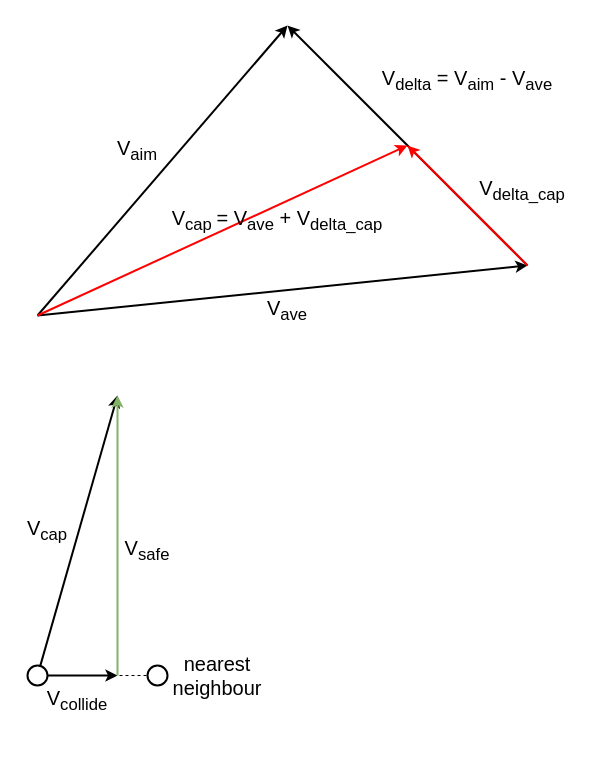
NGC0001/AutoSwarm keeps this draw.io diagram as rsc/collision_avoidance.drawio. Above is the earlier version. Source tidied: cells renumbered, new cells numbered last; positions are measured from the earlier drawing's top-left corner, leaving out a move shared by most shapes. Both pictures are drawn from the tidied source at 100%, with x=0, y=0 at pixel (17, 25).
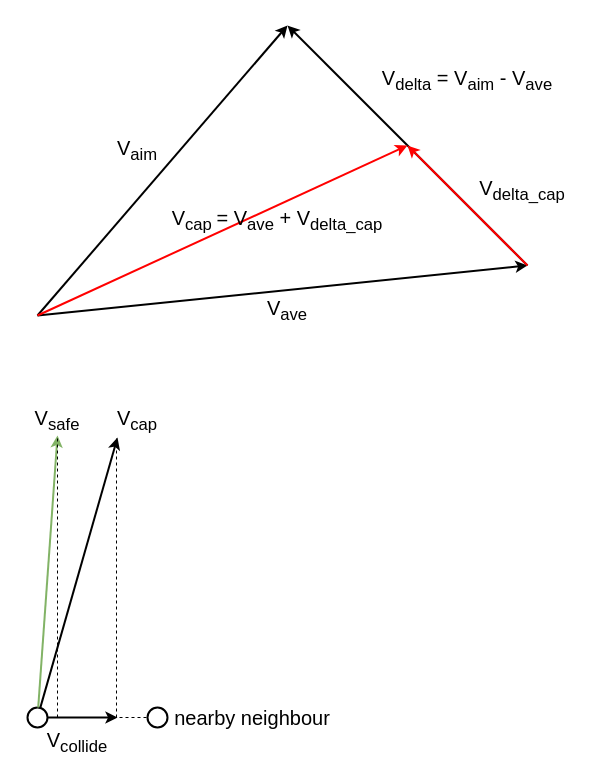
The same page after the edit.

Commit message (it also covers changes not shown here):
modify collision avoidance illustration diagram

What changed in the source:
```diff
@@
     <mxCell id="13" style="ellipse;whiteSpace=wrap;html=1;fontSize=20;strokeWidth=2;" parent="1" vertex="1">
-      <mxGeometry x="10" y="640" width="20" height="20" as="geometry" />
+      <mxGeometry x="10" y="682" width="20" height="20" as="geometry" />
     </mxCell>
     <mxCell id="14" style="ellipse;whiteSpace=wrap;html=1;fontSize=20;strokeWidth=2;" parent="1" vertex="1">
-      <mxGeometry x="130" y="640" width="20" height="20" as="geometry" />
+      <mxGeometry x="130" y="682" width="20" height="20" as="geometry" />
     </mxCell>
     <mxCell id="15" style="endArrow=classic;html=1;rounded=0;fontSize=20;strokeWidth=2;" parent="1" edge="1" source="13">
       <mxGeometry relative="1" as="geometry">
-        <mxPoint x="100" y="370" as="targetPoint" />
+        <mxPoint x="100" y="412" as="targetPoint" />
       </mxGeometry>
     </mxCell>
     <mxCell id="16" style="endArrow=classic;html=1;rounded=0;exitX=1;exitY=0.5;exitDx=0;exitDy=0;fontSize=20;strokeWidth=2;" parent="1" edge="1" source="13">
       <mxGeometry relative="1" as="geometry">
-        <mxPoint x="100" y="650" as="targetPoint" />
+        <mxPoint x="100" y="692" as="targetPoint" />
       </mxGeometry>
     </mxCell>
-    <mxCell id="17" style="endArrow=classic;html=1;rounded=0;fontSize=20;strokeWidth=2;fillColor=#d5e8d4;strokeColor=#82b366;" parent="1" edge="1">
+    <mxCell id="17" style="endArrow=classic;html=1;rounded=0;fontSize=20;strokeWidth=2;fillColor=#d5e8d4;strokeColor=#82b366;" parent="1" edge="1" source="13">
       <mxGeometry relative="1" as="geometry">
-        <mxPoint x="100" y="650" as="sourcePoint" />
-        <mxPoint x="100" y="370" as="targetPoint" />
+        <mxPoint x="40" y="410" as="targetPoint" />
       </mxGeometry>
     </mxCell>
     <mxCell id="18" value="V&lt;sub&gt;cap&lt;/sub&gt;" style="text;html=1;align=center;verticalAlign=middle;whiteSpace=wrap;rounded=0;fontSize=20;strokeWidth=2;" parent="1" vertex="1">
-      <mxGeometry y="490" width="60" height="30" as="geometry" />
+      <mxGeometry x="90" y="380" width="60" height="30" as="geometry" />
     </mxCell>
     <mxCell id="19" value="V&lt;sub&gt;collide&lt;/sub&gt;" style="text;html=1;align=center;verticalAlign=middle;whiteSpace=wrap;rounded=0;fontSize=20;strokeWidth=2;" parent="1" vertex="1">
-      <mxGeometry x="20" y="660" width="80" height="30" as="geometry" />
+      <mxGeometry x="20" y="702" width="80" height="30" as="geometry" />
     </mxCell>
     <mxCell id="20" value="V&lt;sub&gt;safe&lt;/sub&gt;" style="text;html=1;align=center;verticalAlign=middle;whiteSpace=wrap;rounded=0;fontSize=20;strokeWidth=2;" parent="1" vertex="1">
-      <mxGeometry x="100" y="510" width="60" height="30" as="geometry" />
+      <mxGeometry x="10" y="380" width="60" height="30" as="geometry" />
     </mxCell>
-    <mxCell id="21" value="nearest neighbour" style="text;html=1;align=center;verticalAlign=middle;whiteSpace=wrap;rounded=0;fontSize=20;strokeWidth=2;" parent="1" vertex="1">
-      <mxGeometry x="150" y="622.5" width="100" height="55" as="geometry" />
+    <mxCell id="21" value="nearby neighbour" style="text;html=1;align=center;verticalAlign=middle;whiteSpace=wrap;rounded=0;fontSize=20;strokeWidth=2;" parent="1" vertex="1">
+      <mxGeometry x="150" y="673.2" width="170" height="37.5" as="geometry" />
     </mxCell>
+    <mxCell id="22" style="endArrow=none;dashed=1;html=1;strokeWidth=1;rounded=0;" parent="1" edge="1">
+      <mxGeometry relative="1" as="geometry">
+        <mxPoint x="40" y="692" as="sourcePoint" />
+        <mxPoint x="40" y="412" as="targetPoint" />
+      </mxGeometry>
+    </mxCell>
+    <mxCell id="23" style="endArrow=none;dashed=1;html=1;strokeWidth=1;rounded=0;" parent="1" edge="1">
+      <mxGeometry relative="1" as="geometry">
+        <mxPoint x="99" y="692" as="sourcePoint" />
+        <mxPoint x="99" y="412" as="targetPoint" />
+      </mxGeometry>
+    </mxCell>
```
